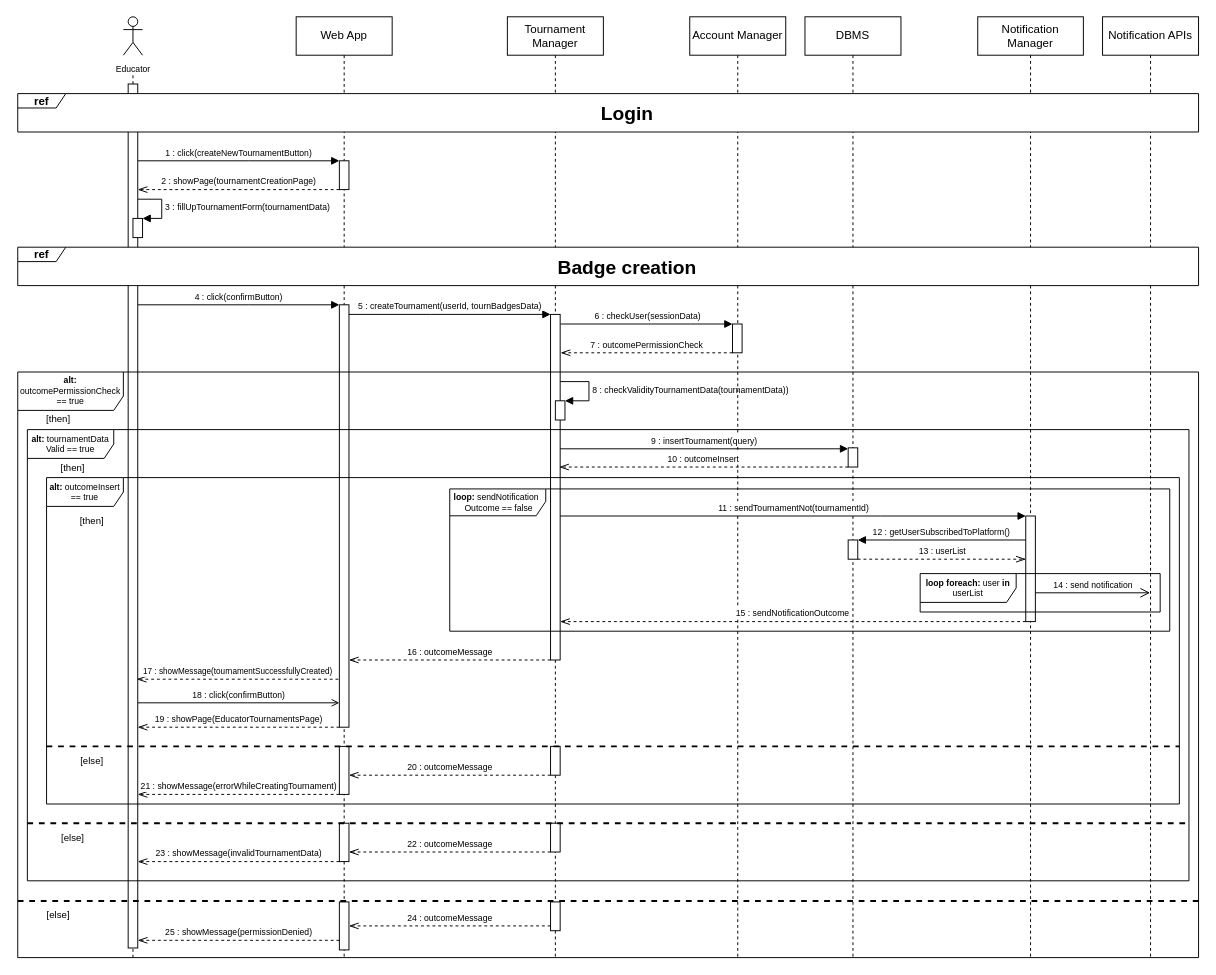
Earlier version of the draw.io diagram DDwip/ExtraFiles/Sequence/Sequence3DD.drawio (francescospangaro/SpangaroTosettiRiccardi). Source tidied: cells renumbered, new cells numbered last; positions are measured from the earlier drawing's top-left corner, leaving out a move shared by most shapes. Both pictures are drawn from the tidied source at 96%, with x=0, y=0 at pixel (17, 16).
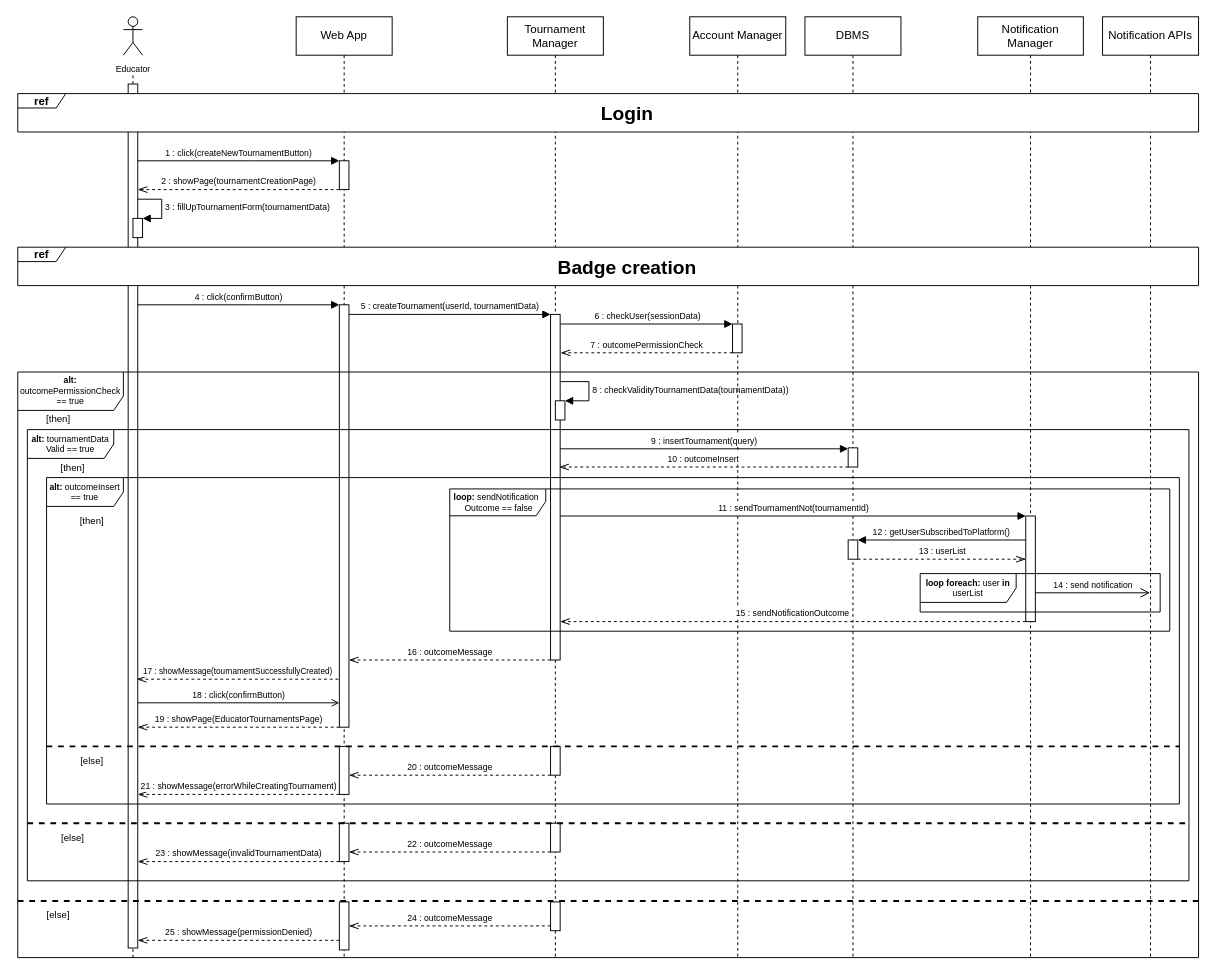
Above is the later version.

Unchanged cells that the change refers to:
```xml
<mxCell id="4" style="html=1;points=[];perimeter=orthogonalPerimeter;outlineConnect=0;targetShapes=umlLifeline;portConstraint=eastwest;newEdgeStyle={&quot;edgeStyle&quot;:&quot;elbowEdgeStyle&quot;,&quot;elbow&quot;:&quot;vertical&quot;,&quot;curved&quot;:0,&quot;rounded&quot;:0};" parent="2" vertex="1">
  <mxGeometry x="45" y="300" width="10" height="440" as="geometry" />
</mxCell>
<mxCell id="12" style="html=1;points=[];perimeter=orthogonalPerimeter;outlineConnect=0;targetShapes=umlLifeline;portConstraint=eastwest;newEdgeStyle={&quot;edgeStyle&quot;:&quot;elbowEdgeStyle&quot;,&quot;elbow&quot;:&quot;vertical&quot;,&quot;curved&quot;:0,&quot;rounded&quot;:0};" parent="11" vertex="1">
  <mxGeometry x="45" y="310" width="10" height="360" as="geometry" />
</mxCell>
```

The edit, as a diff of the source:
```diff
@@
-    <mxCell id="53" value="&lt;font style=&quot;font-size: 9px;&quot;&gt;5 : createTournament(userId, tournBadgesData)&lt;/font&gt;" style="html=1;verticalAlign=bottom;endArrow=block;edgeStyle=elbowEdgeStyle;elbow=vertical;curved=0;rounded=0;" parent="1" edge="1" source="4" target="12">
+    <mxCell id="53" value="&lt;font style=&quot;font-size: 9px;&quot;&gt;5 : createTournament(userId, tournamentData)&lt;/font&gt;" style="html=1;verticalAlign=bottom;endArrow=block;edgeStyle=elbowEdgeStyle;elbow=vertical;curved=0;rounded=0;" parent="1" edge="1" source="4" target="12">
       <mxGeometry relative="1" as="geometry">
         <Array as="points">
           <mxPoint x="430" y="310" />
         </Array>
       </mxGeometry>
     </mxCell>
```
